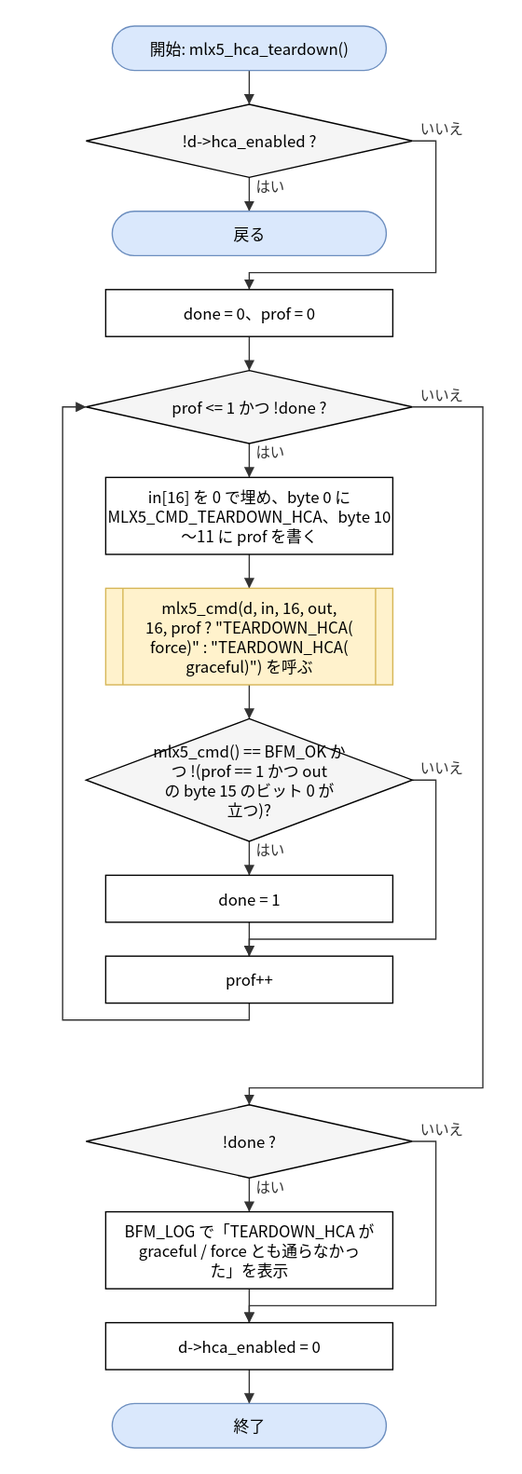
Above: doc/spec/images/flow_src_mlx5_hca-mlx5_hca_teardown.drawio.svg in hf355051012-ai/bfmem (draw.io), before the change. Source tidied: cells renumbered, new cells last; positions are measured from the earlier drawing's top-left corner, leaving out a move shared by most shapes.
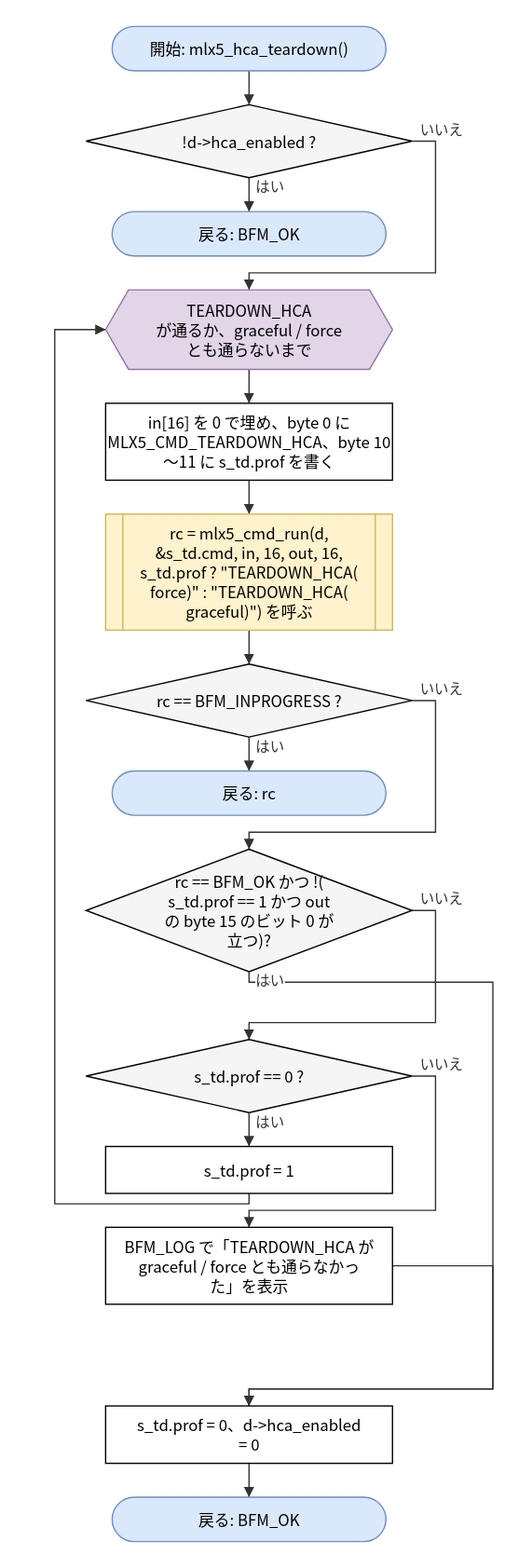
Later version of the same file.

Change to the diagram source:
```diff
@@ -8,41 +8,41 @@
     <mxCell id="3" value="!d-&amp;gt;hca_enabled ?" style="rhombus;whiteSpace=wrap;html=1;fillColor=#f5f5f5;" parent="1" vertex="1">
       <mxGeometry x="18" y="60" width="250" height="56" as="geometry" />
     </mxCell>
-    <mxCell id="4" value="戻る" style="rounded=1;arcSize=50;whiteSpace=wrap;html=1;fillColor=#dae8fc;strokeColor=#6c8ebf;" parent="1" vertex="1">
+    <mxCell id="4" value="戻る: BFM_OK" style="rounded=1;arcSize=50;whiteSpace=wrap;html=1;fillColor=#dae8fc;strokeColor=#6c8ebf;" parent="1" vertex="1">
       <mxGeometry x="38" y="142" width="210" height="34" as="geometry" />
     </mxCell>
-    <mxCell id="5" value="done = 0、prof = 0" style="rounded=0;whiteSpace=wrap;html=1;" parent="1" vertex="1">
-      <mxGeometry x="33" y="202" width="220" height="36" as="geometry" />
+    <mxCell id="5" value="TEARDOWN_HCA&lt;br&gt;が通るか、graceful / force&lt;br&gt;とも通らないまで" style="shape=hexagon;perimeter=hexagonPerimeter2;whiteSpace=wrap;html=1;size=0.08;fillColor=#e1d5e7;strokeColor=#9673a6;" parent="1" vertex="1">
+      <mxGeometry x="33" y="202" width="220" height="61" as="geometry" />
     </mxCell>
-    <mxCell id="6" value="prof &amp;lt;= 1 かつ !done ?" style="rhombus;whiteSpace=wrap;html=1;fillColor=#f5f5f5;" parent="1" vertex="1">
-      <mxGeometry x="18" y="264" width="250" height="56" as="geometry" />
+    <mxCell id="6" value="in[16] を 0 で埋め、byte 0 に&lt;br&gt;MLX5_CMD_TEARDOWN_HCA、byte 10&lt;br&gt;〜11 に s_td.prof を書く" style="rounded=0;whiteSpace=wrap;html=1;" parent="1" vertex="1">
+      <mxGeometry x="33" y="289" width="220" height="59" as="geometry" />
     </mxCell>
-    <mxCell id="7" value="in[16] を 0 で埋め、byte 0 に&lt;br&gt;MLX5_CMD_TEARDOWN_HCA、byte 10&lt;br&gt;〜11 に prof を書く" style="rounded=0;whiteSpace=wrap;html=1;" parent="1" vertex="1">
-      <mxGeometry x="33" y="346" width="220" height="59" as="geometry" />
+    <mxCell id="7" value="rc = mlx5_cmd_run(d,&lt;br&gt;&amp;amp;s_td.cmd, in, 16, out, 16,&lt;br&gt;s_td.prof ? &amp;quot;TEARDOWN_HCA(&lt;br&gt;force)&amp;quot; : &amp;quot;TEARDOWN_HCA(&lt;br&gt;graceful)&amp;quot;) を呼ぶ" style="shape=process;whiteSpace=wrap;html=1;backgroundOutline=1;size=0.06;fillColor=#fff2cc;strokeColor=#d6b656;" parent="1" vertex="1">
+      <mxGeometry x="33" y="374" width="220" height="89" as="geometry" />
     </mxCell>
-    <mxCell id="8" value="mlx5_cmd(d, in, 16, out,&lt;br&gt;16, prof ? &amp;quot;TEARDOWN_HCA(&lt;br&gt;force)&amp;quot; : &amp;quot;TEARDOWN_HCA(&lt;br&gt;graceful)&amp;quot;) を呼ぶ" style="shape=process;whiteSpace=wrap;html=1;backgroundOutline=1;size=0.06;fillColor=#fff2cc;strokeColor=#d6b656;" parent="1" vertex="1">
-      <mxGeometry x="33" y="431" width="220" height="74" as="geometry" />
+    <mxCell id="8" value="rc == BFM_INPROGRESS ?" style="rhombus;whiteSpace=wrap;html=1;fillColor=#f5f5f5;" parent="1" vertex="1">
+      <mxGeometry x="18" y="489" width="250" height="56" as="geometry" />
     </mxCell>
-    <mxCell id="9" value="mlx5_cmd() == BFM_OK か&lt;br&gt;つ !(prof == 1 かつ out&lt;br&gt;の byte 15 のビット 0 が&lt;br&gt;立つ)?" style="rhombus;whiteSpace=wrap;html=1;fillColor=#f5f5f5;" parent="1" vertex="1">
-      <mxGeometry x="18" y="531" width="250" height="94" as="geometry" />
+    <mxCell id="9" value="戻る: rc" style="rounded=1;arcSize=50;whiteSpace=wrap;html=1;fillColor=#dae8fc;strokeColor=#6c8ebf;" parent="1" vertex="1">
+      <mxGeometry x="38" y="571" width="210" height="34" as="geometry" />
     </mxCell>
-    <mxCell id="10" value="done = 1" style="rounded=0;whiteSpace=wrap;html=1;" parent="1" vertex="1">
-      <mxGeometry x="33" y="651" width="220" height="36" as="geometry" />
+    <mxCell id="10" value="rc == BFM_OK かつ !(&lt;br&gt;s_td.prof == 1 かつ out&lt;br&gt;の byte 15 のビット 0 が&lt;br&gt;立つ)?" style="rhombus;whiteSpace=wrap;html=1;fillColor=#f5f5f5;" parent="1" vertex="1">
+      <mxGeometry x="18" y="631" width="250" height="94" as="geometry" />
     </mxCell>
-    <mxCell id="11" value="prof++" style="rounded=0;whiteSpace=wrap;html=1;" parent="1" vertex="1">
-      <mxGeometry x="33" y="713" width="220" height="36" as="geometry" />
+    <mxCell id="11" value="s_td.prof == 0 ?" style="rhombus;whiteSpace=wrap;html=1;fillColor=#f5f5f5;" parent="1" vertex="1">
+      <mxGeometry x="18" y="777" width="250" height="56" as="geometry" />
     </mxCell>
-    <mxCell id="12" value="!done ?" style="rhombus;whiteSpace=wrap;html=1;fillColor=#f5f5f5;" parent="1" vertex="1">
-      <mxGeometry x="18" y="827" width="250" height="56" as="geometry" />
+    <mxCell id="12" value="s_td.prof = 1" style="rounded=0;whiteSpace=wrap;html=1;" parent="1" vertex="1">
+      <mxGeometry x="33" y="859" width="220" height="36" as="geometry" />
     </mxCell>
     <mxCell id="13" value="BFM_LOG で「TEARDOWN_HCA が&lt;br&gt;graceful / force とも通らなかっ&lt;br&gt;た」を表示" style="rounded=0;whiteSpace=wrap;html=1;" parent="1" vertex="1">
-      <mxGeometry x="33" y="909" width="220" height="59" as="geometry" />
+      <mxGeometry x="33" y="921" width="220" height="59" as="geometry" />
     </mxCell>
-    <mxCell id="14" value="d-&amp;gt;hca_enabled = 0" style="rounded=0;whiteSpace=wrap;html=1;" parent="1" vertex="1">
-      <mxGeometry x="33" y="994" width="220" height="36" as="geometry" />
+    <mxCell id="14" value="s_td.prof = 0、d-&amp;gt;hca_enabled&lt;br&gt;= 0" style="rounded=0;whiteSpace=wrap;html=1;" parent="1" vertex="1">
+      <mxGeometry x="33" y="1058" width="220" height="44" as="geometry" />
     </mxCell>
-    <mxCell id="15" value="終了" style="rounded=1;arcSize=50;whiteSpace=wrap;html=1;fillColor=#dae8fc;strokeColor=#6c8ebf;" parent="1" vertex="1">
-      <mxGeometry x="38" y="1056" width="210" height="34" as="geometry" />
+    <mxCell id="15" value="戻る: BFM_OK" style="rounded=1;arcSize=50;whiteSpace=wrap;html=1;fillColor=#dae8fc;strokeColor=#6c8ebf;" parent="1" vertex="1">
+      <mxGeometry x="38" y="1128" width="210" height="34" as="geometry" />
     </mxCell>
     <mxCell id="16" style="edgeStyle=none;html=1;rounded=0;endArrow=block;endFill=1;exitX=0.5000;exitY=1.0000;exitDx=0;exitDy=0;exitPerimeter=0;entryX=0.5000;entryY=0.0000;entryDx=0;entryDy=0;entryPerimeter=0;" parent="1" edge="1" source="2" target="3">
       <mxGeometry relative="1" as="geometry" />
@@ -62,65 +62,75 @@
     <mxCell id="19" style="edgeStyle=none;html=1;rounded=0;endArrow=block;endFill=1;exitX=0.5000;exitY=1.0000;exitDx=0;exitDy=0;exitPerimeter=0;entryX=0.5000;entryY=0.0000;entryDx=0;entryDy=0;entryPerimeter=0;" parent="1" edge="1" source="5" target="6">
       <mxGeometry relative="1" as="geometry" />
     </mxCell>
-    <mxCell id="20" value="はい" style="edgeStyle=none;html=1;rounded=0;endArrow=block;endFill=1;exitX=0.5000;exitY=1.0000;exitDx=0;exitDy=0;exitPerimeter=0;entryX=0.5000;entryY=0.0000;entryDx=0;entryDy=0;entryPerimeter=0;" parent="1" edge="1" source="6" target="7">
+    <mxCell id="20" style="edgeStyle=none;html=1;rounded=0;endArrow=block;endFill=1;exitX=0.5000;exitY=1.0000;exitDx=0;exitDy=0;exitPerimeter=0;entryX=0.5000;entryY=0.0000;entryDx=0;entryDy=0;entryPerimeter=0;" parent="1" edge="1" source="6" target="7">
       <mxGeometry relative="1" as="geometry" />
     </mxCell>
     <mxCell id="21" style="edgeStyle=none;html=1;rounded=0;endArrow=block;endFill=1;exitX=0.5000;exitY=1.0000;exitDx=0;exitDy=0;exitPerimeter=0;entryX=0.5000;entryY=0.0000;entryDx=0;entryDy=0;entryPerimeter=0;" parent="1" edge="1" source="7" target="8">
       <mxGeometry relative="1" as="geometry" />
     </mxCell>
-    <mxCell id="22" style="edgeStyle=none;html=1;rounded=0;endArrow=block;endFill=1;exitX=0.5000;exitY=1.0000;exitDx=0;exitDy=0;exitPerimeter=0;entryX=0.5000;entryY=0.0000;entryDx=0;entryDy=0;entryPerimeter=0;" parent="1" edge="1" source="8" target="9">
+    <mxCell id="22" value="はい" style="edgeStyle=none;html=1;rounded=0;endArrow=block;endFill=1;exitX=0.5000;exitY=1.0000;exitDx=0;exitDy=0;exitPerimeter=0;entryX=0.5000;entryY=0.0000;entryDx=0;entryDy=0;entryPerimeter=0;" parent="1" edge="1" source="8" target="9">
       <mxGeometry relative="1" as="geometry" />
     </mxCell>
-    <mxCell id="23" value="はい" style="edgeStyle=none;html=1;rounded=0;endArrow=block;endFill=1;exitX=0.5000;exitY=1.0000;exitDx=0;exitDy=0;exitPerimeter=0;entryX=0.5000;entryY=0.0000;entryDx=0;entryDy=0;entryPerimeter=0;" parent="1" edge="1" source="9" target="10">
-      <mxGeometry relative="1" as="geometry" />
+    <mxCell id="23" value="いいえ" style="edgeStyle=none;html=1;rounded=0;endArrow=block;endFill=1;exitX=1.0000;exitY=0.5000;exitDx=0;exitDy=0;exitPerimeter=0;entryX=0.5000;entryY=0.0000;entryDx=0;entryDy=0;entryPerimeter=0;" parent="1" edge="1" source="8" target="10">
+      <mxGeometry relative="1" as="geometry">
+        <Array as="points">
+          <mxPoint x="286" y="517" />
+          <mxPoint x="286" y="618" />
+          <mxPoint x="143" y="618" />
+        </Array>
+      </mxGeometry>
     </mxCell>
-    <mxCell id="24" style="edgeStyle=none;html=1;rounded=0;endArrow=block;endFill=1;exitX=0.5000;exitY=1.0000;exitDx=0;exitDy=0;exitPerimeter=0;entryX=0.5000;entryY=0.0000;entryDx=0;entryDy=0;entryPerimeter=0;" parent="1" edge="1" source="10" target="11">
-      <mxGeometry relative="1" as="geometry" />
+    <mxCell id="24" value="いいえ" style="edgeStyle=none;html=1;rounded=0;endArrow=block;endFill=1;exitX=1.0000;exitY=0.5000;exitDx=0;exitDy=0;exitPerimeter=0;entryX=0.5000;entryY=0.0000;entryDx=0;entryDy=0;entryPerimeter=0;" parent="1" edge="1" source="10" target="11">
+      <mxGeometry relative="1" as="geometry">
+        <Array as="points">
+          <mxPoint x="286" y="678" />
+          <mxPoint x="286" y="764" />
+          <mxPoint x="143" y="764" />
+        </Array>
+      </mxGeometry>
     </mxCell>
-    <mxCell id="25" value="いいえ" style="edgeStyle=none;html=1;rounded=0;endArrow=block;endFill=1;exitX=1.0000;exitY=0.5000;exitDx=0;exitDy=0;exitPerimeter=0;entryX=0.5000;entryY=0.0000;entryDx=0;entryDy=0;entryPerimeter=0;" parent="1" edge="1" source="9" target="11">
-      <mxGeometry relative="1" as="geometry">
-        <Array as="points">
-          <mxPoint x="286" y="578" />
-          <mxPoint x="286" y="700" />
-          <mxPoint x="143" y="700" />
-        </Array>
-      </mxGeometry>
+    <mxCell id="25" value="はい" style="edgeStyle=none;html=1;rounded=0;endArrow=block;endFill=1;exitX=0.5000;exitY=1.0000;exitDx=0;exitDy=0;exitPerimeter=0;entryX=0.5000;entryY=0.0000;entryDx=0;entryDy=0;entryPerimeter=0;" parent="1" edge="1" source="11" target="12">
+      <mxGeometry relative="1" as="geometry" />
     </mxCell>
-    <mxCell id="26" style="edgeStyle=none;html=1;rounded=0;endArrow=block;endFill=1;exitX=0.5000;exitY=1.0000;exitDx=0;exitDy=0;exitPerimeter=0;entryX=0.0000;entryY=0.5000;entryDx=0;entryDy=0;entryPerimeter=0;" parent="1" edge="1" source="11" target="6">
+    <mxCell id="26" value="いいえ" style="edgeStyle=none;html=1;rounded=0;endArrow=block;endFill=1;exitX=1.0000;exitY=0.5000;exitDx=0;exitDy=0;exitPerimeter=0;entryX=0.5000;entryY=0.0000;entryDx=0;entryDy=0;entryPerimeter=0;" parent="1" edge="1" source="11" target="13">
       <mxGeometry relative="1" as="geometry">
         <Array as="points">
-          <mxPoint x="143" y="762" />
-          <mxPoint y="762" />
-          <mxPoint y="292" />
+          <mxPoint x="286" y="805" />
+          <mxPoint x="286" y="908" />
+          <mxPoint x="143" y="908" />
         </Array>
       </mxGeometry>
     </mxCell>
-    <mxCell id="27" value="いいえ" style="edgeStyle=none;html=1;rounded=0;endArrow=block;endFill=1;exitX=1.0000;exitY=0.5000;exitDx=0;exitDy=0;exitPerimeter=0;entryX=0.5000;entryY=0.0000;entryDx=0;entryDy=0;entryPerimeter=0;" parent="1" edge="1" source="6" target="12">
+    <mxCell id="27" style="edgeStyle=none;html=1;rounded=0;endArrow=block;endFill=1;exitX=0.5000;exitY=1.0000;exitDx=0;exitDy=0;exitPerimeter=0;entryX=0.0000;entryY=0.5000;entryDx=0;entryDy=0;entryPerimeter=0;" parent="1" edge="1" source="12" target="5">
       <mxGeometry relative="1" as="geometry">
         <Array as="points">
-          <mxPoint x="322" y="292" />
-          <mxPoint x="322" y="814" />
-          <mxPoint x="143" y="814" />
+          <mxPoint x="143" y="903" />
+          <mxPoint x="-6" y="903" />
+          <mxPoint x="-6" y="232.5" />
         </Array>
       </mxGeometry>
     </mxCell>
-    <mxCell id="28" value="はい" style="edgeStyle=none;html=1;rounded=0;endArrow=block;endFill=1;exitX=0.5000;exitY=1.0000;exitDx=0;exitDy=0;exitPerimeter=0;entryX=0.5000;entryY=0.0000;entryDx=0;entryDy=0;entryPerimeter=0;" parent="1" edge="1" source="12" target="13">
-      <mxGeometry relative="1" as="geometry" />
+    <mxCell id="28" value="はい" style="edgeStyle=none;html=1;rounded=0;endArrow=block;endFill=1;exitX=0.5000;exitY=1.0000;exitDx=0;exitDy=0;exitPerimeter=0;entryX=0.5000;entryY=0.0000;entryDx=0;entryDy=0;entryPerimeter=0;" parent="1" edge="1" source="10" target="14">
+      <mxGeometry relative="1" as="geometry">
+        <Array as="points">
+          <mxPoint x="143" y="733" />
+          <mxPoint x="330" y="733" />
+          <mxPoint x="330" y="1045" />
+          <mxPoint x="143" y="1045" />
+        </Array>
+      </mxGeometry>
     </mxCell>
-    <mxCell id="29" style="edgeStyle=none;html=1;rounded=0;endArrow=block;endFill=1;exitX=0.5000;exitY=1.0000;exitDx=0;exitDy=0;exitPerimeter=0;entryX=0.5000;entryY=0.0000;entryDx=0;entryDy=0;entryPerimeter=0;" parent="1" edge="1" source="13" target="14">
-      <mxGeometry relative="1" as="geometry" />
+    <mxCell id="29" style="edgeStyle=none;html=1;rounded=0;endArrow=block;endFill=1;exitX=1.0000;exitY=0.5000;exitDx=0;exitDy=0;exitPerimeter=0;entryX=0.5000;entryY=0.0000;entryDx=0;entryDy=0;entryPerimeter=0;" parent="1" edge="1" source="13" target="14">
+      <mxGeometry relative="1" as="geometry">
+        <Array as="points">
+          <mxPoint x="330" y="950.5" />
+          <mxPoint x="330" y="1045" />
+          <mxPoint x="143" y="1045" />
+        </Array>
+      </mxGeometry>
     </mxCell>
-    <mxCell id="30" value="いいえ" style="edgeStyle=none;html=1;rounded=0;endArrow=block;endFill=1;exitX=1.0000;exitY=0.5000;exitDx=0;exitDy=0;exitPerimeter=0;entryX=0.5000;entryY=0.0000;entryDx=0;entryDy=0;entryPerimeter=0;" parent="1" edge="1" source="12" target="14">
-      <mxGeometry relative="1" as="geometry">
-        <Array as="points">
-          <mxPoint x="286" y="855" />
-          <mxPoint x="286" y="981" />
-          <mxPoint x="143" y="981" />
-        </Array>
-      </mxGeometry>
+    <mxCell id="30" style="edgeStyle=none;html=1;rounded=0;endArrow=block;endFill=1;exitX=0.5000;exitY=1.0000;exitDx=0;exitDy=0;exitPerimeter=0;entryX=0.5000;entryY=0.0000;entryDx=0;entryDy=0;entryPerimeter=0;" parent="1" edge="1" source="14" target="15">
+      <mxGeometry relative="1" as="geometry" />
     </mxCell>
-    <mxCell id="31" style="edgeStyle=none;html=1;rounded=0;endArrow=block;endFill=1;exitX=0.5000;exitY=1.0000;exitDx=0;exitDy=0;exitPerimeter=0;entryX=0.5000;entryY=0.0000;entryDx=0;entryDy=0;entryPerimeter=0;" parent="1" edge="1" source="14" target="15">
-      <mxGeometry relative="1" as="geometry" />
-    </mxCell>
   </root>
 </mxGraphModel>
```
